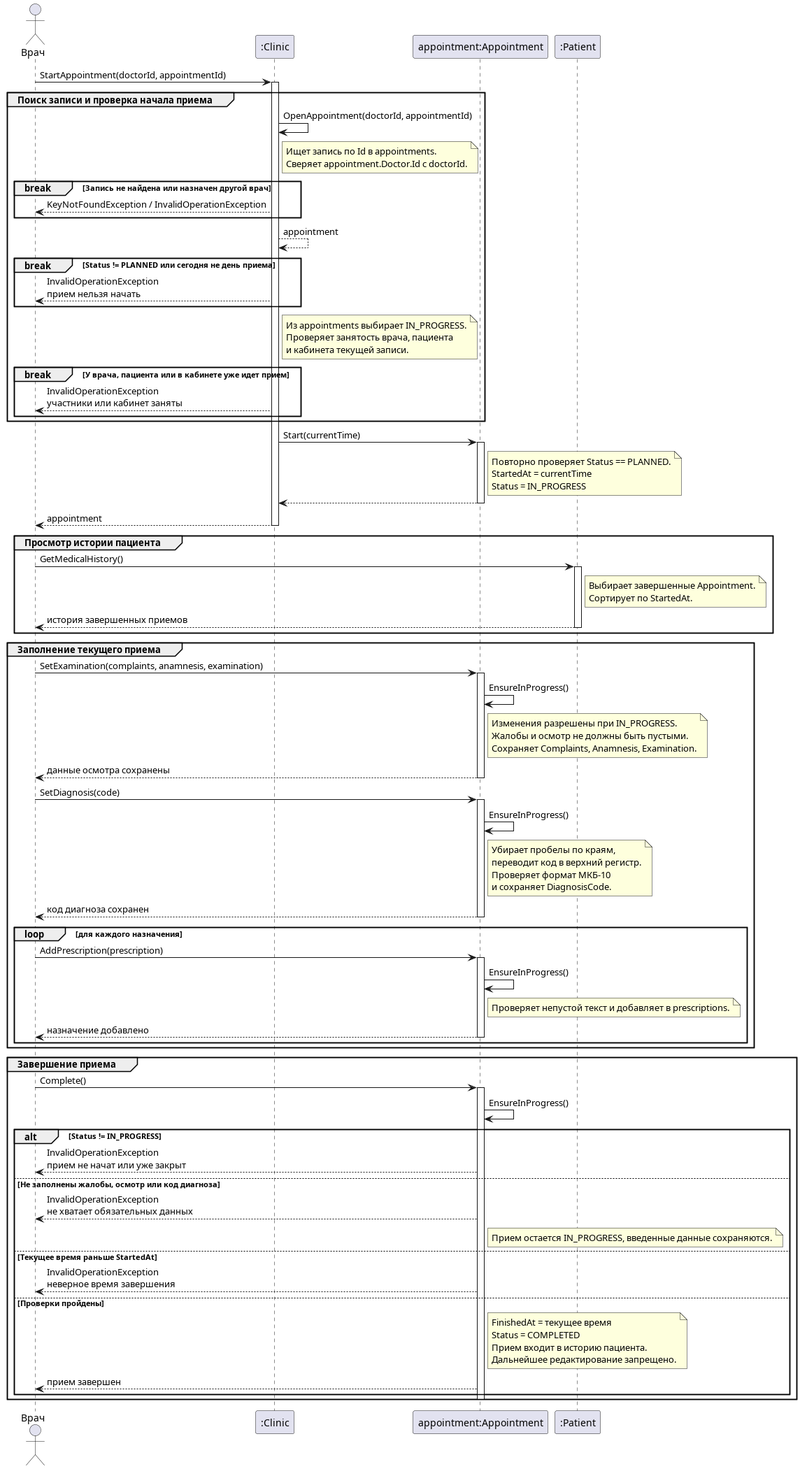
Above: img/visit-sequence.png in penamarth/bsbo-11-24_team3_var3_clinic (PlantUML), before the change.
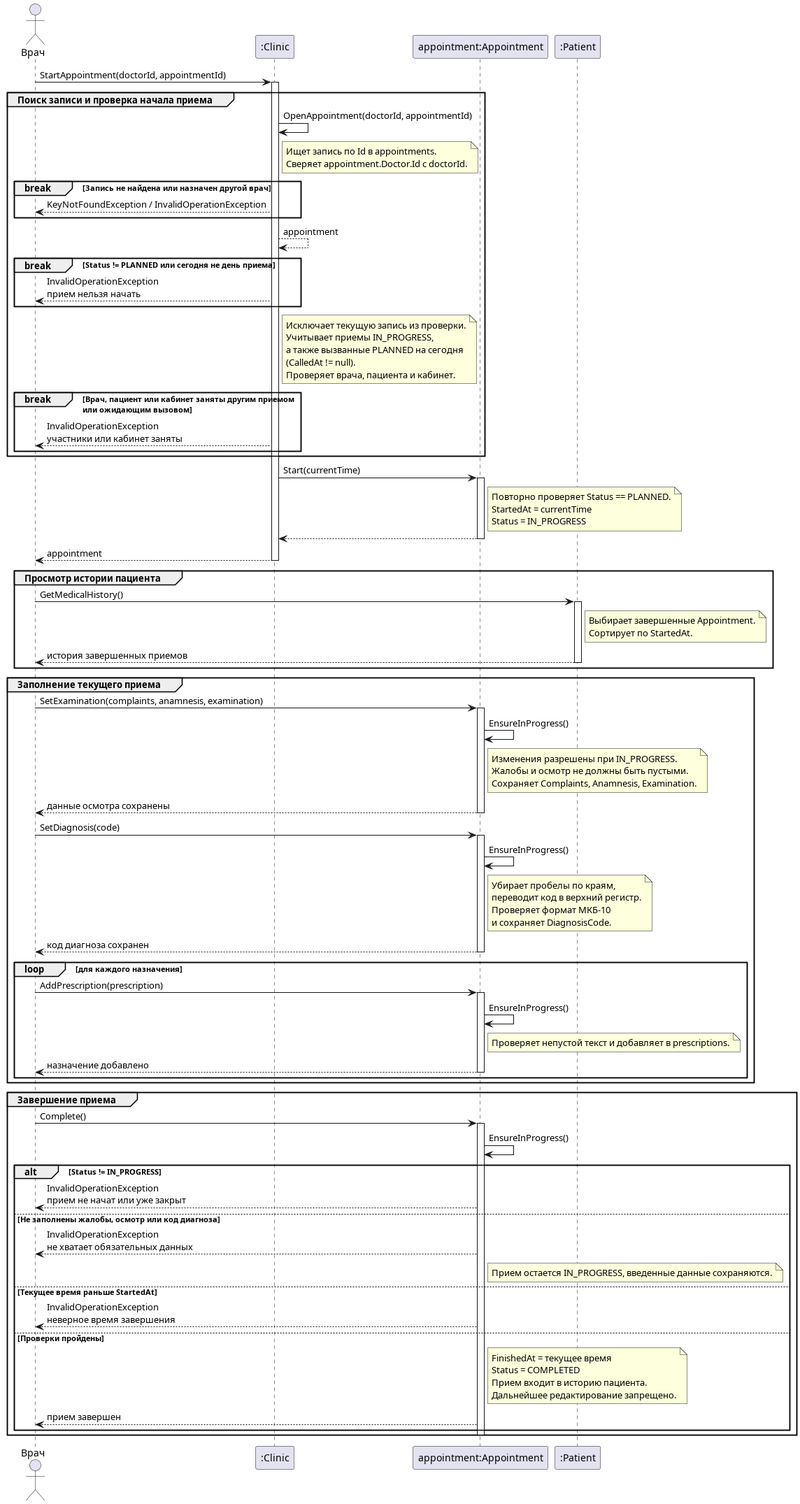
Later version of the same file.

Commit message:
docs: уточнить контракт записи и проверки начала приема

Change to the diagram source:
```diff
@@ -22,11 +22,13 @@
   end
 
   note right of C
-    Из appointments выбирает IN_PROGRESS.
-    Проверяет занятость врача, пациента
-    и кабинета текущей записи.
+    Исключает текущую запись из проверки.
+    Учитывает приемы IN_PROGRESS,
+    а также вызванные PLANNED на сегодня
+    (CalledAt != null).
+    Проверяет врача, пациента и кабинет.
   end note
-  break У врача, пациента или в кабинете уже идет прием
+  break Врач, пациент или кабинет заняты другим приемом\nили ожидающим вызовом
     C --> Врач : InvalidOperationException\nучастники или кабинет заняты
   end
 end
```
